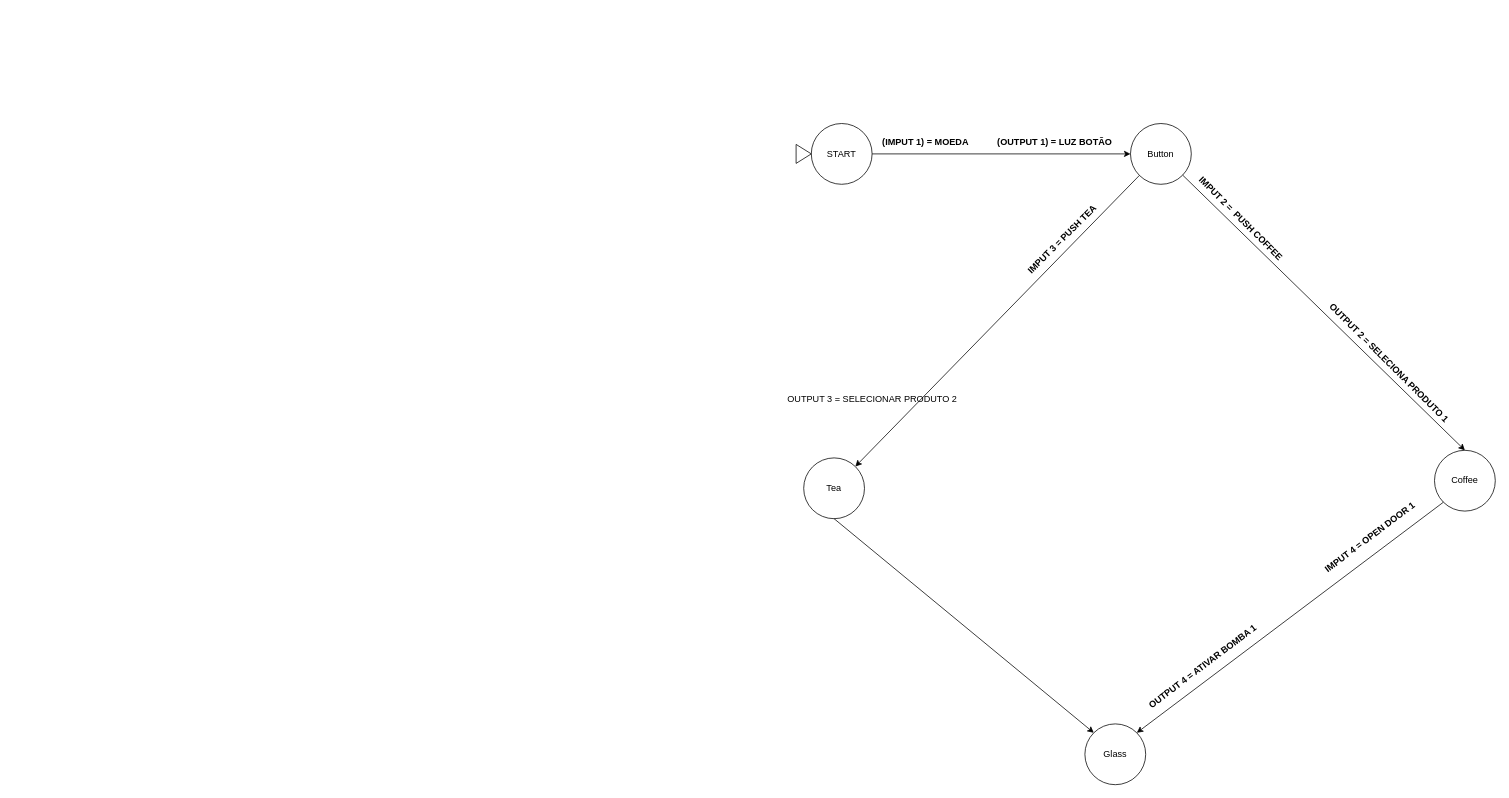
Above: Maquinas_de_Estados.drawio in ShellyLeal05/ThiagoCamara_ShellyLeal_SistemasEmbarcados_2023 (draw.io), before the change. Source tidied: cells renumbered, new cells numbered last; positions are measured from the earlier drawing's top-left corner, leaving out a move shared by most shapes. Both pictures are drawn from the tidied source at 76%, with x=0, y=0 at pixel (777, 123).
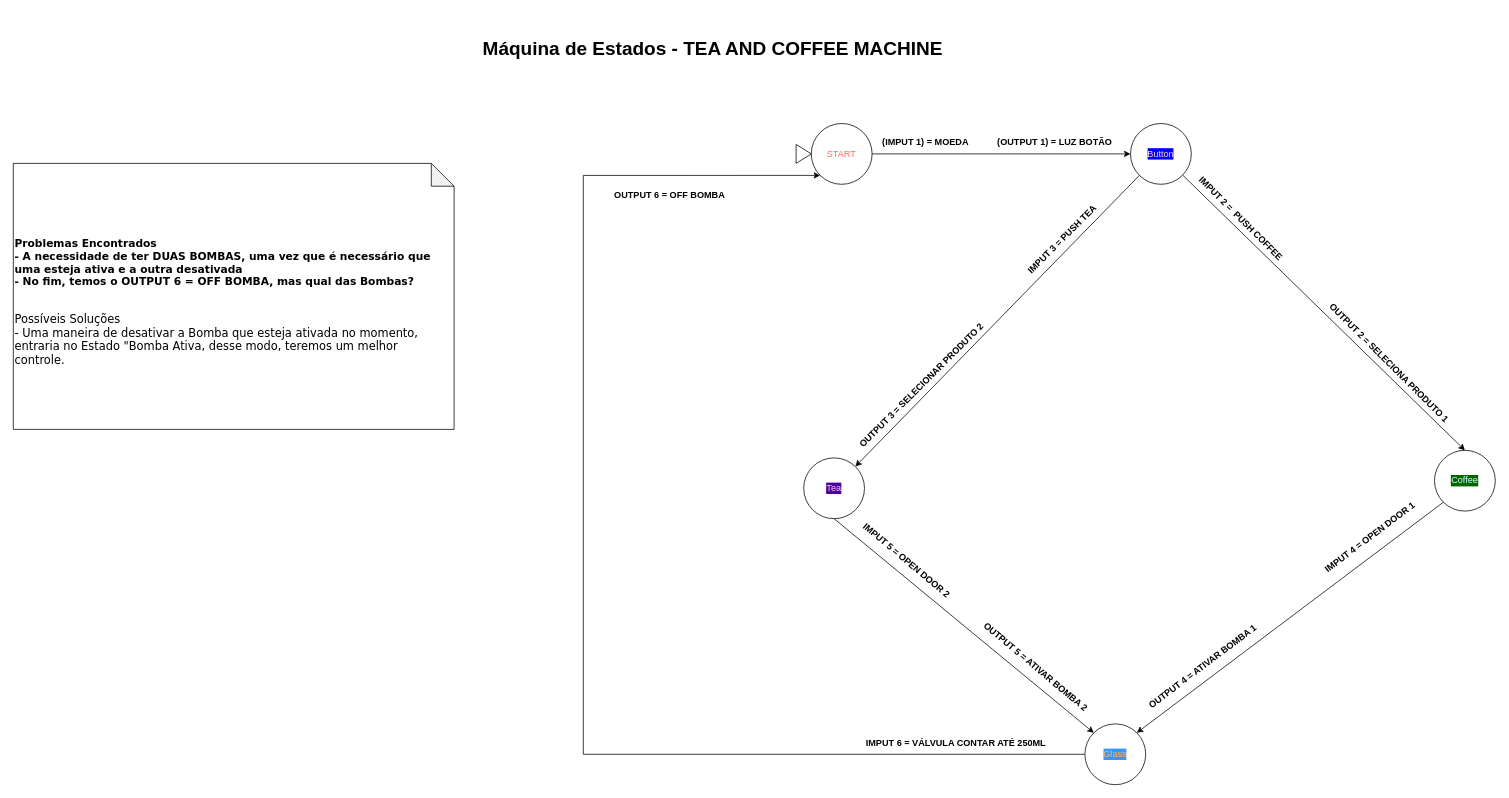
The same page after the edit.

Diff of the diagram source:
```diff
@@
-    <mxCell id="3" value="START" style="ellipse;whiteSpace=wrap;html=1;" parent="1" vertex="1">
+    <mxCell id="3" value="&lt;font color=&quot;#ff6666&quot;&gt;START&lt;/font&gt;" style="ellipse;whiteSpace=wrap;html=1;" parent="1" vertex="1">
       <mxGeometry x="45" width="80" height="80" as="geometry" />
     </mxCell>
-    <mxCell id="4" value="Button" style="ellipse;whiteSpace=wrap;html=1;" parent="1" vertex="1">
+    <mxCell id="4" value="Button" style="ellipse;whiteSpace=wrap;html=1;fontColor=#FFCCE6;labelBackgroundColor=#0000FF;" parent="1" vertex="1">
       <mxGeometry x="465" width="80" height="80" as="geometry" />
     </mxCell>
-    <mxCell id="5" value="Tea" style="ellipse;whiteSpace=wrap;html=1;" parent="1" vertex="1">
+    <mxCell id="5" value="&lt;span style=&quot;&quot;&gt;Tea&lt;/span&gt;" style="ellipse;whiteSpace=wrap;html=1;labelBackgroundColor=#4C0099;fontColor=#FFCCE6;" parent="1" vertex="1">
       <mxGeometry x="35" y="440" width="80" height="80" as="geometry" />
     </mxCell>
-    <mxCell id="6" value="Coffee" style="ellipse;whiteSpace=wrap;html=1;" parent="1" vertex="1">
+    <mxCell id="6" value="Coffee" style="ellipse;whiteSpace=wrap;html=1;labelBackgroundColor=#006600;fontColor=#CCFFFF;" parent="1" vertex="1">
       <mxGeometry x="865" y="430" width="80" height="80" as="geometry" />
     </mxCell>
+    <mxCell id="21" style="edgeStyle=orthogonalEdgeStyle;rounded=0;jettySize=auto;html=1;exitX=0;exitY=0.5;exitDx=0;exitDy=0;entryX=0;entryY=1;entryDx=0;entryDy=0;" parent="1" edge="1" source="7" target="3">
+      <mxGeometry relative="1" as="geometry">
+        <Array as="points">
+          <mxPoint x="-255" y="830" />
+          <mxPoint x="-255" y="68" />
+        </Array>
+      </mxGeometry>
+    </mxCell>
-    <mxCell id="7" value="Glass" style="ellipse;whiteSpace=wrap;html=1;" parent="1" vertex="1">
+    <mxCell id="7" value="Glass" style="ellipse;whiteSpace=wrap;html=1;labelBackgroundColor=#3399FF;fontColor=#FFB366;" parent="1" vertex="1">
       <mxGeometry x="405" y="790" width="80" height="80" as="geometry" />
     </mxCell>
@@
-    <mxCell id="20" value="OUTPUT 3 = SELECIONAR PRODUTO 2" style="text;html=1;align=center;verticalAlign=middle;strokeColor=none;fillColor=none;" parent="1" vertex="1">
-      <mxGeometry y="348" width="250" height="30" as="geometry" />
+    <mxCell id="20" value="OUTPUT 3 = SELECIONAR PRODUTO 2" style="text;html=1;align=center;verticalAlign=middle;strokeColor=none;fillColor=none;rotation=-45;fontStyle=1;" parent="1" vertex="1">
+      <mxGeometry x="65" y="330" width="250" height="30" as="geometry" />
     </mxCell>
+    <mxCell id="22" value="&lt;b&gt;IMPUT 5 = OPEN DOOR 2&lt;/b&gt;" style="text;html=1;align=center;verticalAlign=middle;strokeColor=none;fillColor=none;rotation=40;" parent="1" vertex="1">
+      <mxGeometry x="85" y="560" width="170" height="30" as="geometry" />
+    </mxCell>
+    <mxCell id="23" value="OUTPUT 5 = ATIVAR BOMBA 2" style="text;html=1;align=center;verticalAlign=middle;strokeColor=none;fillColor=none;rotation=40;fontStyle=1;" parent="1" vertex="1">
+      <mxGeometry x="240" y="700" width="200" height="30" as="geometry" />
+    </mxCell>
+    <mxCell id="24" value="&lt;b&gt;IMPUT 6 = VÁLVULA CONTAR ATÉ 250ML&lt;/b&gt;" style="text;html=1;align=center;verticalAlign=middle;strokeColor=none;fillColor=none;" parent="1" vertex="1">
+      <mxGeometry x="105" y="800" width="260" height="30" as="geometry" />
+    </mxCell>
+    <mxCell id="25" value="&lt;b&gt;OUTPUT 6 = OFF BOMBA&amp;nbsp;&lt;/b&gt;" style="text;html=1;align=center;verticalAlign=middle;strokeColor=none;fillColor=none;" parent="1" vertex="1">
+      <mxGeometry x="-225" y="80" width="170" height="30" as="geometry" />
+    </mxCell>
+    <mxCell id="26" value="&lt;h3&gt;&lt;font face=&quot;Verdana&quot;&gt;Problemas Encontrados&lt;br&gt;- A necessidade de ter DUAS BOMBAS, uma vez que é necessário que uma esteja ativa e a outra desativada&lt;br&gt;- No fim, temos o OUTPUT 6 = OFF BOMBA, mas qual das Bombas?&lt;/font&gt;&lt;/h3&gt;&lt;font style=&quot;font-size: 15px;&quot; face=&quot;Verdana&quot;&gt;&lt;br&gt;Possíveis Soluções&lt;br&gt;- Uma maneira de desativar a Bomba que esteja ativada no momento, entraria no Estado &quot;Bomba Ativa, desse modo, teremos um melhor controle.&amp;nbsp;&lt;/font&gt;" style="shape=note;whiteSpace=wrap;html=1;backgroundOutline=1;darkOpacity=0.05;align=left;" parent="1" vertex="1">
+      <mxGeometry x="-1005" y="52.5" width="580" height="350" as="geometry" />
+    </mxCell>
+    <mxCell id="27" value="&lt;h2 style=&quot;font-size: 25px;&quot;&gt;Máquina de Estados - TEA AND COFFEE MACHINE&lt;/h2&gt;" style="text;html=1;align=center;verticalAlign=middle;strokeColor=none;fillColor=none;fontSize=25;" parent="1" vertex="1">
+      <mxGeometry x="-400" y="-145" width="630" height="90" as="geometry" />
+    </mxCell>
```
